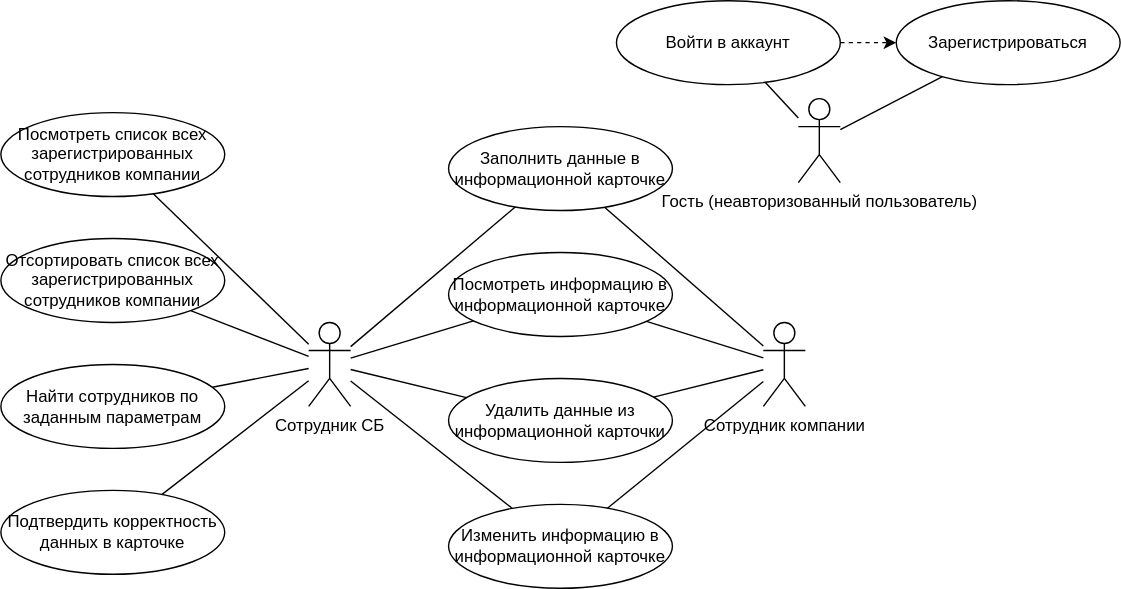
Above: Note/diagrams/usecase.svg in pstpn/DB-Course (draw.io), before the change. Source tidied: cells renumbered, new cells last; positions are measured from the earlier drawing's top-left corner, leaving out a move shared by most shapes. Source of this version:
```xml
<mxGraphModel>
  <root>
    <mxCell id="0" />
    <mxCell id="1" parent="0" />
    <mxCell id="2" value="Сотрудник СБ" style="shape=umlActor;verticalLabelPosition=bottom;verticalAlign=top;html=1;outlineConnect=0;" parent="1" vertex="1">
      <mxGeometry x="220" y="230" width="30" height="60" as="geometry" />
    </mxCell>
    <mxCell id="3" value="Заполнить данные в информационной карточке" style="ellipse;whiteSpace=wrap;html=1;" parent="1" vertex="1">
      <mxGeometry x="320" y="90" width="160" height="60" as="geometry" />
    </mxCell>
    <mxCell id="4" value="Гость (неавторизованный пользователь)" style="shape=umlActor;verticalLabelPosition=bottom;verticalAlign=top;html=1;outlineConnect=0;" parent="1" vertex="1">
      <mxGeometry x="570" y="70" width="30" height="60" as="geometry" />
    </mxCell>
    <mxCell id="5" value="Сотрудник компании" style="shape=umlActor;verticalLabelPosition=bottom;verticalAlign=top;html=1;outlineConnect=0;" parent="1" vertex="1">
      <mxGeometry x="545" y="230" width="30" height="60" as="geometry" />
    </mxCell>
    <mxCell id="6" style="endArrow=none;html=1;rounded=0;" parent="1" edge="1" source="5" target="3">
      <mxGeometry relative="1" as="geometry" />
    </mxCell>
    <mxCell id="7" value="Зарегистрироваться" style="ellipse;whiteSpace=wrap;html=1;" parent="1" vertex="1">
      <mxGeometry x="640" width="160" height="60" as="geometry" />
    </mxCell>
    <mxCell id="8" value="Войти в аккаунт" style="ellipse;whiteSpace=wrap;html=1;" parent="1" vertex="1">
      <mxGeometry x="440" width="160" height="60" as="geometry" />
    </mxCell>
    <mxCell id="9" style="endArrow=none;html=1;rounded=0;" parent="1" edge="1" source="4" target="8">
      <mxGeometry relative="1" as="geometry" />
    </mxCell>
    <mxCell id="10" style="endArrow=none;html=1;rounded=0;" parent="1" edge="1" source="7" target="4">
      <mxGeometry relative="1" as="geometry" />
    </mxCell>
    <mxCell id="11" style="endArrow=classic;dashed=1;html=1;rounded=0;endFill=1;" parent="1" edge="1" source="8" target="7">
      <mxGeometry relative="1" as="geometry" />
    </mxCell>
    <mxCell id="12" value="Посмотреть список всех зарегистрированных сотрудников компании" style="ellipse;whiteSpace=wrap;html=1;" parent="1" vertex="1">
      <mxGeometry y="80" width="160" height="60" as="geometry" />
    </mxCell>
    <mxCell id="13" style="endArrow=none;html=1;rounded=0;" parent="1" edge="1" source="2" target="12">
      <mxGeometry relative="1" as="geometry" />
    </mxCell>
    <mxCell id="14" value="Посмотреть информацию в информационной карточке" style="ellipse;whiteSpace=wrap;html=1;" parent="1" vertex="1">
      <mxGeometry x="320" y="180" width="160" height="60" as="geometry" />
    </mxCell>
    <mxCell id="15" style="endArrow=none;html=1;rounded=0;" parent="1" edge="1" source="5" target="14">
      <mxGeometry relative="1" as="geometry" />
    </mxCell>
    <mxCell id="16" value="Удалить данные из информационной карточки" style="ellipse;whiteSpace=wrap;html=1;" parent="1" vertex="1">
      <mxGeometry x="320" y="270" width="160" height="60" as="geometry" />
    </mxCell>
    <mxCell id="17" style="endArrow=none;html=1;rounded=0;" parent="1" edge="1" source="5" target="16">
      <mxGeometry relative="1" as="geometry" />
    </mxCell>
    <mxCell id="18" value="Найти сотрудников по заданным параметрам" style="ellipse;whiteSpace=wrap;html=1;" parent="1" vertex="1">
      <mxGeometry y="260" width="160" height="60" as="geometry" />
    </mxCell>
    <mxCell id="19" style="endArrow=none;html=1;rounded=0;" parent="1" edge="1" source="18" target="2">
      <mxGeometry relative="1" as="geometry" />
    </mxCell>
    <mxCell id="20" value="Отсортировать список всех зарегистрированных сотрудников компании" style="ellipse;whiteSpace=wrap;html=1;" parent="1" vertex="1">
      <mxGeometry y="170" width="160" height="60" as="geometry" />
    </mxCell>
    <mxCell id="21" style="endArrow=none;html=1;rounded=0;" parent="1" edge="1" source="2" target="20">
      <mxGeometry relative="1" as="geometry" />
    </mxCell>
    <mxCell id="22" value="Изменить информацию в информационной карточке" style="ellipse;whiteSpace=wrap;html=1;" parent="1" vertex="1">
      <mxGeometry x="320" y="360" width="160" height="60" as="geometry" />
    </mxCell>
    <mxCell id="23" style="endArrow=none;html=1;rounded=0;" parent="1" edge="1" source="5" target="22">
      <mxGeometry relative="1" as="geometry" />
    </mxCell>
    <mxCell id="24" style="endArrow=none;html=1;rounded=0;" parent="1" edge="1" source="2" target="14">
      <mxGeometry relative="1" as="geometry" />
    </mxCell>
    <mxCell id="25" style="endArrow=none;html=1;rounded=0;" parent="1" edge="1" source="2" target="3">
      <mxGeometry relative="1" as="geometry" />
    </mxCell>
    <mxCell id="26" style="endArrow=none;html=1;rounded=0;" parent="1" edge="1" source="2" target="16">
      <mxGeometry relative="1" as="geometry" />
    </mxCell>
    <mxCell id="27" style="endArrow=none;html=1;rounded=0;" parent="1" edge="1" source="2" target="22">
      <mxGeometry relative="1" as="geometry" />
    </mxCell>
    <mxCell id="28" value="Подтвердить корректность данных в карточке" style="ellipse;whiteSpace=wrap;html=1;" parent="1" vertex="1">
      <mxGeometry y="350" width="160" height="60" as="geometry" />
    </mxCell>
    <mxCell id="29" style="endArrow=none;html=1;rounded=0;" parent="1" edge="1" source="28" target="2">
      <mxGeometry relative="1" as="geometry" />
    </mxCell>
  </root>
</mxGraphModel>
```
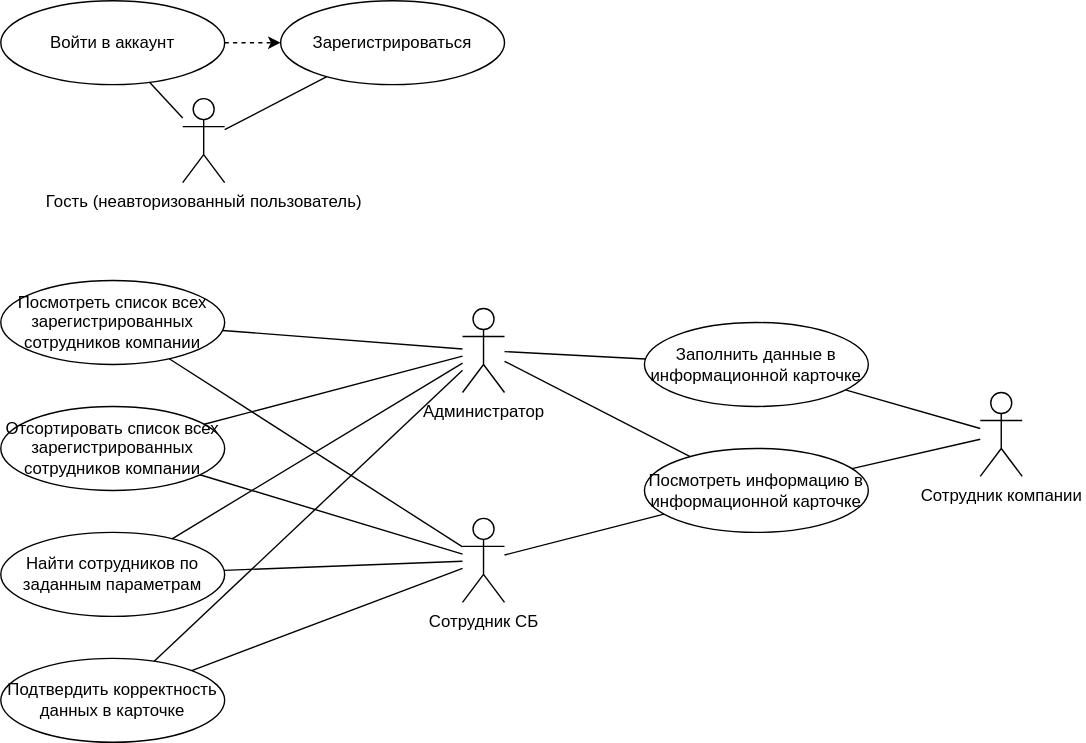
After the commit.

What changed in the source:
```diff
@@ -3,25 +3,25 @@
     <mxCell id="0" />
     <mxCell id="1" parent="0" />
     <mxCell id="2" value="Сотрудник СБ" style="shape=umlActor;verticalLabelPosition=bottom;verticalAlign=top;html=1;outlineConnect=0;" parent="1" vertex="1">
-      <mxGeometry x="220" y="230" width="30" height="60" as="geometry" />
+      <mxGeometry x="340" y="350" width="30" height="60" as="geometry" />
     </mxCell>
     <mxCell id="3" value="Заполнить данные в информационной карточке" style="ellipse;whiteSpace=wrap;html=1;" parent="1" vertex="1">
-      <mxGeometry x="320" y="90" width="160" height="60" as="geometry" />
+      <mxGeometry x="470" y="210" width="160" height="60" as="geometry" />
     </mxCell>
     <mxCell id="4" value="Гость (неавторизованный пользователь)" style="shape=umlActor;verticalLabelPosition=bottom;verticalAlign=top;html=1;outlineConnect=0;" parent="1" vertex="1">
-      <mxGeometry x="570" y="70" width="30" height="60" as="geometry" />
+      <mxGeometry x="140" y="50" width="30" height="60" as="geometry" />
     </mxCell>
     <mxCell id="5" value="Сотрудник компании" style="shape=umlActor;verticalLabelPosition=bottom;verticalAlign=top;html=1;outlineConnect=0;" parent="1" vertex="1">
-      <mxGeometry x="545" y="230" width="30" height="60" as="geometry" />
+      <mxGeometry x="710" y="260" width="30" height="60" as="geometry" />
     </mxCell>
     <mxCell id="6" style="endArrow=none;html=1;rounded=0;" parent="1" edge="1" source="5" target="3">
       <mxGeometry relative="1" as="geometry" />
     </mxCell>
     <mxCell id="7" value="Зарегистрироваться" style="ellipse;whiteSpace=wrap;html=1;" parent="1" vertex="1">
-      <mxGeometry x="640" width="160" height="60" as="geometry" />
+      <mxGeometry x="210" y="-20" width="160" height="60" as="geometry" />
     </mxCell>
     <mxCell id="8" value="Войти в аккаунт" style="ellipse;whiteSpace=wrap;html=1;" parent="1" vertex="1">
-      <mxGeometry x="440" width="160" height="60" as="geometry" />
+      <mxGeometry x="10" y="-20" width="160" height="60" as="geometry" />
     </mxCell>
     <mxCell id="9" style="endArrow=none;html=1;rounded=0;" parent="1" edge="1" source="4" target="8">
       <mxGeometry relative="1" as="geometry" />
@@ -33,58 +33,58 @@
       <mxGeometry relative="1" as="geometry" />
     </mxCell>
     <mxCell id="12" value="Посмотреть список всех зарегистрированных сотрудников компании" style="ellipse;whiteSpace=wrap;html=1;" parent="1" vertex="1">
-      <mxGeometry y="80" width="160" height="60" as="geometry" />
+      <mxGeometry x="10" y="180" width="160" height="60" as="geometry" />
     </mxCell>
     <mxCell id="13" style="endArrow=none;html=1;rounded=0;" parent="1" edge="1" source="2" target="12">
       <mxGeometry relative="1" as="geometry" />
     </mxCell>
     <mxCell id="14" value="Посмотреть информацию в информационной карточке" style="ellipse;whiteSpace=wrap;html=1;" parent="1" vertex="1">
-      <mxGeometry x="320" y="180" width="160" height="60" as="geometry" />
+      <mxGeometry x="470" y="300" width="160" height="60" as="geometry" />
     </mxCell>
     <mxCell id="15" style="endArrow=none;html=1;rounded=0;" parent="1" edge="1" source="5" target="14">
       <mxGeometry relative="1" as="geometry" />
     </mxCell>
-    <mxCell id="16" value="Удалить данные из информационной карточки" style="ellipse;whiteSpace=wrap;html=1;" parent="1" vertex="1">
-      <mxGeometry x="320" y="270" width="160" height="60" as="geometry" />
-    </mxCell>
-    <mxCell id="17" style="endArrow=none;html=1;rounded=0;" parent="1" edge="1" source="5" target="16">
-      <mxGeometry relative="1" as="geometry" />
-    </mxCell>
     <mxCell id="18" value="Найти сотрудников по заданным параметрам" style="ellipse;whiteSpace=wrap;html=1;" parent="1" vertex="1">
-      <mxGeometry y="260" width="160" height="60" as="geometry" />
+      <mxGeometry x="10" y="360" width="160" height="60" as="geometry" />
     </mxCell>
     <mxCell id="19" style="endArrow=none;html=1;rounded=0;" parent="1" edge="1" source="18" target="2">
       <mxGeometry relative="1" as="geometry" />
     </mxCell>
     <mxCell id="20" value="Отсортировать список всех зарегистрированных сотрудников компании" style="ellipse;whiteSpace=wrap;html=1;" parent="1" vertex="1">
-      <mxGeometry y="170" width="160" height="60" as="geometry" />
+      <mxGeometry x="10" y="270" width="160" height="60" as="geometry" />
     </mxCell>
     <mxCell id="21" style="endArrow=none;html=1;rounded=0;" parent="1" edge="1" source="2" target="20">
       <mxGeometry relative="1" as="geometry" />
     </mxCell>
-    <mxCell id="22" value="Изменить информацию в информационной карточке" style="ellipse;whiteSpace=wrap;html=1;" parent="1" vertex="1">
-      <mxGeometry x="320" y="360" width="160" height="60" as="geometry" />
-    </mxCell>
-    <mxCell id="23" style="endArrow=none;html=1;rounded=0;" parent="1" edge="1" source="5" target="22">
-      <mxGeometry relative="1" as="geometry" />
-    </mxCell>
     <mxCell id="24" style="endArrow=none;html=1;rounded=0;" parent="1" edge="1" source="2" target="14">
       <mxGeometry relative="1" as="geometry" />
     </mxCell>
-    <mxCell id="25" style="endArrow=none;html=1;rounded=0;" parent="1" edge="1" source="2" target="3">
-      <mxGeometry relative="1" as="geometry" />
-    </mxCell>
-    <mxCell id="26" style="endArrow=none;html=1;rounded=0;" parent="1" edge="1" source="2" target="16">
-      <mxGeometry relative="1" as="geometry" />
-    </mxCell>
-    <mxCell id="27" style="endArrow=none;html=1;rounded=0;" parent="1" edge="1" source="2" target="22">
-      <mxGeometry relative="1" as="geometry" />
-    </mxCell>
     <mxCell id="28" value="Подтвердить корректность данных в карточке" style="ellipse;whiteSpace=wrap;html=1;" parent="1" vertex="1">
-      <mxGeometry y="350" width="160" height="60" as="geometry" />
+      <mxGeometry x="10" y="450" width="160" height="60" as="geometry" />
     </mxCell>
     <mxCell id="29" style="endArrow=none;html=1;rounded=0;" parent="1" edge="1" source="28" target="2">
       <mxGeometry relative="1" as="geometry" />
     </mxCell>
+    <mxCell id="30" value="Администратор" style="shape=umlActor;verticalLabelPosition=bottom;verticalAlign=top;html=1;outlineConnect=0;" parent="1" vertex="1">
+      <mxGeometry x="340" y="200" width="30" height="60" as="geometry" />
+    </mxCell>
+    <mxCell id="31" style="endArrow=none;html=1;rounded=0;" parent="1" edge="1" source="3" target="30">
+      <mxGeometry relative="1" as="geometry" />
+    </mxCell>
+    <mxCell id="32" style="endArrow=none;html=1;rounded=0;" parent="1" edge="1" source="12" target="30">
+      <mxGeometry relative="1" as="geometry" />
+    </mxCell>
+    <mxCell id="33" style="endArrow=none;html=1;rounded=0;" parent="1" edge="1" source="14" target="30">
+      <mxGeometry relative="1" as="geometry" />
+    </mxCell>
+    <mxCell id="34" style="endArrow=none;html=1;rounded=0;" parent="1" edge="1" source="20" target="30">
+      <mxGeometry relative="1" as="geometry" />
+    </mxCell>
+    <mxCell id="35" style="endArrow=none;html=1;rounded=0;" parent="1" edge="1" source="18" target="30">
+      <mxGeometry relative="1" as="geometry" />
+    </mxCell>
+    <mxCell id="36" style="endArrow=none;html=1;rounded=0;" parent="1" edge="1" source="28" target="30">
+      <mxGeometry relative="1" as="geometry" />
+    </mxCell>
   </root>
 </mxGraphModel>
```
